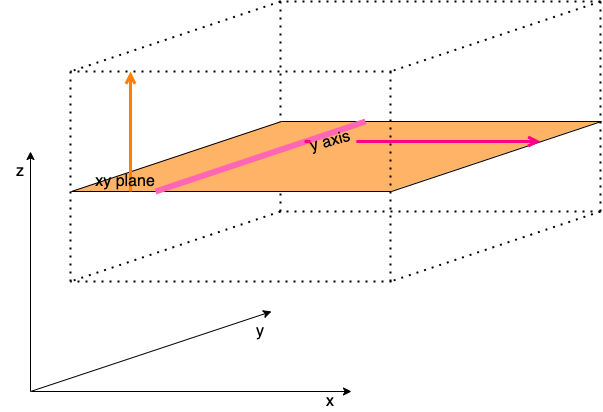
Earlier version of the draw.io export wiki/stl-to-voxel1.png (cpederkoff/stl-to-voxel). Source tidied: cells renumbered, new cells last; positions are measured from the earlier drawing's top-left corner, leaving out a move shared by most shapes. Source of this version:
```xml
<mxGraphModel>
  <root>
    <mxCell id="0" />
    <mxCell id="1" parent="0" />
    <mxCell id="2" style="endArrow=classic;html=1;" parent="1" edge="1">
      <mxGeometry relative="1" as="geometry">
        <mxPoint x="30" y="390" as="sourcePoint" />
        <mxPoint x="271" y="310" as="targetPoint" />
      </mxGeometry>
    </mxCell>
    <mxCell id="3" style="endArrow=classic;html=1;" parent="1" edge="1">
      <mxGeometry relative="1" as="geometry">
        <mxPoint x="31" y="390" as="sourcePoint" />
        <mxPoint x="351" y="390" as="targetPoint" />
      </mxGeometry>
    </mxCell>
    <mxCell id="4" style="endArrow=classic;html=1;" parent="1" edge="1">
      <mxGeometry relative="1" as="geometry">
        <mxPoint x="30" y="390" as="sourcePoint" />
        <mxPoint x="30" y="150" as="targetPoint" />
      </mxGeometry>
    </mxCell>
    <mxCell id="5" style="endArrow=none;dashed=1;html=1;dashPattern=1 3;strokeWidth=2;" parent="1" edge="1">
      <mxGeometry relative="1" as="geometry">
        <mxPoint x="391" y="70" as="sourcePoint" />
        <mxPoint x="70" y="70" as="targetPoint" />
      </mxGeometry>
    </mxCell>
    <mxCell id="6" style="endArrow=none;dashed=1;html=1;dashPattern=1 3;strokeWidth=2;" parent="1" edge="1">
      <mxGeometry relative="1" as="geometry">
        <mxPoint x="600" as="sourcePoint" />
        <mxPoint x="279" as="targetPoint" />
      </mxGeometry>
    </mxCell>
    <mxCell id="7" style="endArrow=none;dashed=1;html=1;dashPattern=1 3;strokeWidth=2;" parent="1" edge="1">
      <mxGeometry relative="1" as="geometry">
        <mxPoint x="600" as="sourcePoint" />
        <mxPoint x="390" y="70" as="targetPoint" />
      </mxGeometry>
    </mxCell>
    <mxCell id="8" style="endArrow=none;dashed=1;html=1;dashPattern=1 3;strokeWidth=2;" parent="1" edge="1">
      <mxGeometry relative="1" as="geometry">
        <mxPoint x="280" as="sourcePoint" />
        <mxPoint x="70" y="70" as="targetPoint" />
      </mxGeometry>
    </mxCell>
    <mxCell id="9" style="endArrow=none;dashed=1;html=1;dashPattern=1 3;strokeWidth=2;" parent="1" edge="1">
      <mxGeometry relative="1" as="geometry">
        <mxPoint x="600" as="sourcePoint" />
        <mxPoint x="600" y="210" as="targetPoint" />
      </mxGeometry>
    </mxCell>
    <mxCell id="10" style="endArrow=none;dashed=1;html=1;dashPattern=1 3;strokeWidth=2;" parent="1" edge="1">
      <mxGeometry relative="1" as="geometry">
        <mxPoint x="391" y="280" as="sourcePoint" />
        <mxPoint x="70" y="280" as="targetPoint" />
      </mxGeometry>
    </mxCell>
    <mxCell id="11" style="endArrow=none;dashed=1;html=1;dashPattern=1 3;strokeWidth=2;" parent="1" edge="1">
      <mxGeometry relative="1" as="geometry">
        <mxPoint x="600" y="210" as="sourcePoint" />
        <mxPoint x="279" y="210" as="targetPoint" />
      </mxGeometry>
    </mxCell>
    <mxCell id="12" style="endArrow=none;dashed=1;html=1;dashPattern=1 3;strokeWidth=2;" parent="1" edge="1">
      <mxGeometry relative="1" as="geometry">
        <mxPoint x="600" y="210" as="sourcePoint" />
        <mxPoint x="390" y="280" as="targetPoint" />
      </mxGeometry>
    </mxCell>
    <mxCell id="13" style="endArrow=none;dashed=1;html=1;dashPattern=1 3;strokeWidth=2;" parent="1" edge="1">
      <mxGeometry relative="1" as="geometry">
        <mxPoint x="280" y="210" as="sourcePoint" />
        <mxPoint x="70" y="280" as="targetPoint" />
      </mxGeometry>
    </mxCell>
    <mxCell id="14" style="endArrow=none;dashed=1;html=1;dashPattern=1 3;strokeWidth=2;" parent="1" edge="1">
      <mxGeometry relative="1" as="geometry">
        <mxPoint x="280" as="sourcePoint" />
        <mxPoint x="280" y="210" as="targetPoint" />
      </mxGeometry>
    </mxCell>
    <mxCell id="15" style="shape=parallelogram;perimeter=parallelogramPerimeter;whiteSpace=wrap;html=1;fixedSize=1;strokeColor=none;size=210;fillColor=#FFB366;" parent="1" vertex="1">
      <mxGeometry x="70" y="120" width="530" height="70" as="geometry" />
    </mxCell>
    <mxCell id="16" style="endArrow=none;html=1;" parent="1" edge="1">
      <mxGeometry relative="1" as="geometry">
        <mxPoint x="71" y="190" as="sourcePoint" />
        <mxPoint x="391" y="190" as="targetPoint" />
      </mxGeometry>
    </mxCell>
    <mxCell id="17" style="endArrow=none;html=1;" parent="1" edge="1">
      <mxGeometry relative="1" as="geometry">
        <mxPoint x="71" y="190" as="sourcePoint" />
        <mxPoint x="281" y="120" as="targetPoint" />
      </mxGeometry>
    </mxCell>
    <mxCell id="18" style="endArrow=none;html=1;" parent="1" edge="1">
      <mxGeometry relative="1" as="geometry">
        <mxPoint x="281" y="120" as="sourcePoint" />
        <mxPoint x="601" y="120" as="targetPoint" />
      </mxGeometry>
    </mxCell>
    <mxCell id="19" style="endArrow=none;html=1;" parent="1" edge="1">
      <mxGeometry relative="1" as="geometry">
        <mxPoint x="391" y="190" as="sourcePoint" />
        <mxPoint x="601" y="120" as="targetPoint" />
      </mxGeometry>
    </mxCell>
    <mxCell id="20" style="endArrow=none;dashed=1;html=1;dashPattern=1 3;strokeWidth=2;" parent="1" edge="1">
      <mxGeometry relative="1" as="geometry">
        <mxPoint x="70" y="70" as="sourcePoint" />
        <mxPoint x="70" y="280" as="targetPoint" />
      </mxGeometry>
    </mxCell>
    <mxCell id="21" style="endArrow=none;dashed=1;html=1;dashPattern=1 3;strokeWidth=2;" parent="1" edge="1">
      <mxGeometry relative="1" as="geometry">
        <mxPoint x="390" y="70" as="sourcePoint" />
        <mxPoint x="390" y="280" as="targetPoint" />
      </mxGeometry>
    </mxCell>
    <mxCell id="22" value="x" style="text;html=1;strokeColor=none;fillColor=none;align=center;verticalAlign=middle;whiteSpace=wrap;rounded=0;fontSize=16;" parent="1" vertex="1">
      <mxGeometry x="310" y="390" width="40" height="20" as="geometry" />
    </mxCell>
    <mxCell id="23" value="y" style="text;html=1;strokeColor=none;fillColor=none;align=center;verticalAlign=middle;whiteSpace=wrap;rounded=0;fontSize=16;rotation=0;" parent="1" vertex="1">
      <mxGeometry x="240" y="320" width="40" height="20" as="geometry" />
    </mxCell>
    <mxCell id="24" value="z" style="text;html=1;strokeColor=none;fillColor=none;align=center;verticalAlign=middle;whiteSpace=wrap;rounded=0;fontSize=16;rotation=0;" parent="1" vertex="1">
      <mxGeometry y="160" width="40" height="20" as="geometry" />
    </mxCell>
    <mxCell id="25" style="endArrow=none;html=1;strokeWidth=6;strokeColor=#FF66B3;" parent="1" edge="1">
      <mxGeometry relative="1" as="geometry">
        <mxPoint x="155" y="190" as="sourcePoint" />
        <mxPoint x="365" y="120" as="targetPoint" />
      </mxGeometry>
    </mxCell>
    <mxCell id="26" style="endArrow=open;html=1;fontSize=16;strokeWidth=3;strokeColor=#FF8000;endFill=0;" parent="1" edge="1">
      <mxGeometry relative="1" as="geometry">
        <mxPoint x="130" y="190" as="sourcePoint" />
        <mxPoint x="130" y="70" as="targetPoint" />
      </mxGeometry>
    </mxCell>
    <mxCell id="27" style="endArrow=open;html=1;fontSize=16;strokeWidth=3;endFill=0;strokeColor=#FF0080;startArrow=none;" parent="1" edge="1" source="29">
      <mxGeometry relative="1" as="geometry">
        <mxPoint x="540" y="140" as="targetPoint" />
      </mxGeometry>
    </mxCell>
    <mxCell id="28" value="&lt;span&gt;xy plane&lt;/span&gt;" style="text;html=1;strokeColor=none;fillColor=none;align=center;verticalAlign=middle;whiteSpace=wrap;rounded=0;labelBackgroundColor=none;fontSize=16;" parent="1" vertex="1">
      <mxGeometry x="90" y="170" width="70" height="20" as="geometry" />
    </mxCell>
    <mxCell id="29" value="&lt;span&gt;y axis&lt;/span&gt;" style="text;html=1;strokeColor=none;fillColor=none;align=center;verticalAlign=middle;whiteSpace=wrap;rounded=0;labelBackgroundColor=none;fontSize=16;rotation=-15;" parent="1" vertex="1">
      <mxGeometry x="305" y="130" width="50" height="20" as="geometry" />
    </mxCell>
    <mxCell id="30" style="endArrow=none;html=1;fontSize=16;strokeWidth=3;endFill=0;strokeColor=#FF0080;" parent="1" edge="1" target="29">
      <mxGeometry relative="1" as="geometry">
        <mxPoint x="310" y="140" as="sourcePoint" />
      </mxGeometry>
    </mxCell>
  </root>
</mxGraphModel>
```
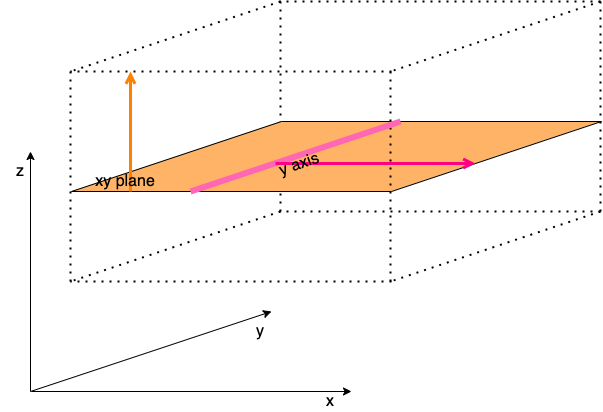
The same diagram one commit later.

What changed in the source:
```diff
@@ -130,8 +130,8 @@
     </mxCell>
     <mxCell id="25" style="endArrow=none;html=1;strokeWidth=6;strokeColor=#FF66B3;" parent="1" edge="1">
       <mxGeometry relative="1" as="geometry">
-        <mxPoint x="155" y="190" as="sourcePoint" />
-        <mxPoint x="365" y="120" as="targetPoint" />
+        <mxPoint x="190" y="190" as="sourcePoint" />
+        <mxPoint x="400" y="120" as="targetPoint" />
       </mxGeometry>
     </mxCell>
     <mxCell id="26" style="endArrow=open;html=1;fontSize=16;strokeWidth=3;strokeColor=#FF8000;endFill=0;" parent="1" edge="1">
@@ -140,21 +140,17 @@
         <mxPoint x="130" y="70" as="targetPoint" />
       </mxGeometry>
     </mxCell>
-    <mxCell id="27" style="endArrow=open;html=1;fontSize=16;strokeWidth=3;endFill=0;strokeColor=#FF0080;startArrow=none;" parent="1" edge="1" source="29">
+    <mxCell id="27" style="endArrow=open;html=1;fontSize=16;strokeWidth=3;endFill=0;strokeColor=#FF0080;startArrow=none;" parent="1" edge="1">
       <mxGeometry relative="1" as="geometry">
-        <mxPoint x="540" y="140" as="targetPoint" />
+        <mxPoint x="275" y="162" as="sourcePoint" />
+        <mxPoint x="475" y="162" as="targetPoint" />
       </mxGeometry>
     </mxCell>
     <mxCell id="28" value="&lt;span&gt;xy plane&lt;/span&gt;" style="text;html=1;strokeColor=none;fillColor=none;align=center;verticalAlign=middle;whiteSpace=wrap;rounded=0;labelBackgroundColor=none;fontSize=16;" parent="1" vertex="1">
       <mxGeometry x="90" y="170" width="70" height="20" as="geometry" />
     </mxCell>
-    <mxCell id="29" value="&lt;span&gt;y axis&lt;/span&gt;" style="text;html=1;strokeColor=none;fillColor=none;align=center;verticalAlign=middle;whiteSpace=wrap;rounded=0;labelBackgroundColor=none;fontSize=16;rotation=-15;" parent="1" vertex="1">
-      <mxGeometry x="305" y="130" width="50" height="20" as="geometry" />
+    <mxCell id="29" value="&lt;span&gt;y axis&lt;/span&gt;" style="text;html=1;strokeColor=none;fillColor=none;align=center;verticalAlign=middle;whiteSpace=wrap;rounded=0;labelBackgroundColor=none;fontSize=16;rotation=341;" parent="1" vertex="1">
+      <mxGeometry x="274" y="153" width="50" height="20" as="geometry" />
     </mxCell>
-    <mxCell id="30" style="endArrow=none;html=1;fontSize=16;strokeWidth=3;endFill=0;strokeColor=#FF0080;" parent="1" edge="1" target="29">
-      <mxGeometry relative="1" as="geometry">
-        <mxPoint x="310" y="140" as="sourcePoint" />
-      </mxGeometry>
-    </mxCell>
   </root>
 </mxGraphModel>
```
